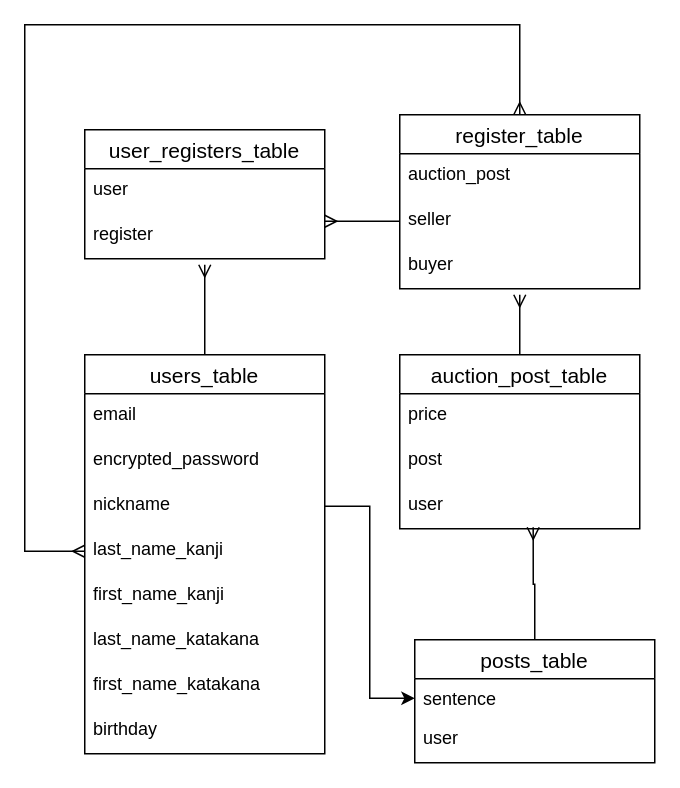
Before: ER.dio in marchuta/tweetication, a draw.io diagram. Source tidied: cells renumbered, new cells numbered last; positions are measured from the earlier drawing's top-left corner, leaving out a move shared by most shapes. Both pictures are drawn from the tidied source at 150%, with x=0, y=0 at pixel (24, 24).
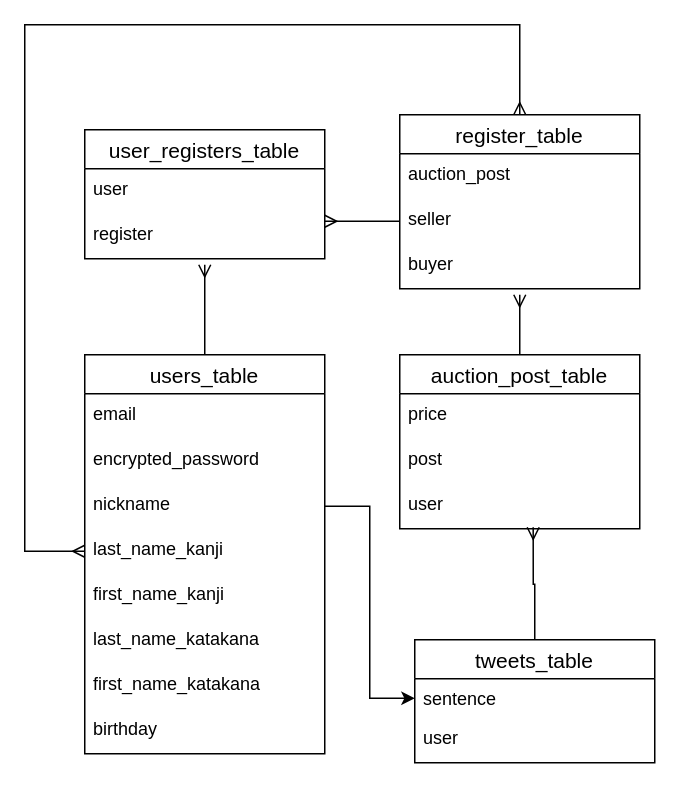
The same diagram, later.

Change to the diagram source:
```diff
@@
-    <mxCell id="13" value="posts_table" style="swimlane;fontStyle=0;horizontal=1;startSize=26;align=center;fontSize=14;" parent="1" vertex="1">
+    <mxCell id="13" value="tweets_table" style="swimlane;fontStyle=0;horizontal=1;startSize=26;align=center;fontSize=14;" parent="1" vertex="1">
       <mxGeometry x="260" y="410" width="160" height="82" as="geometry" />
     </mxCell>
```
